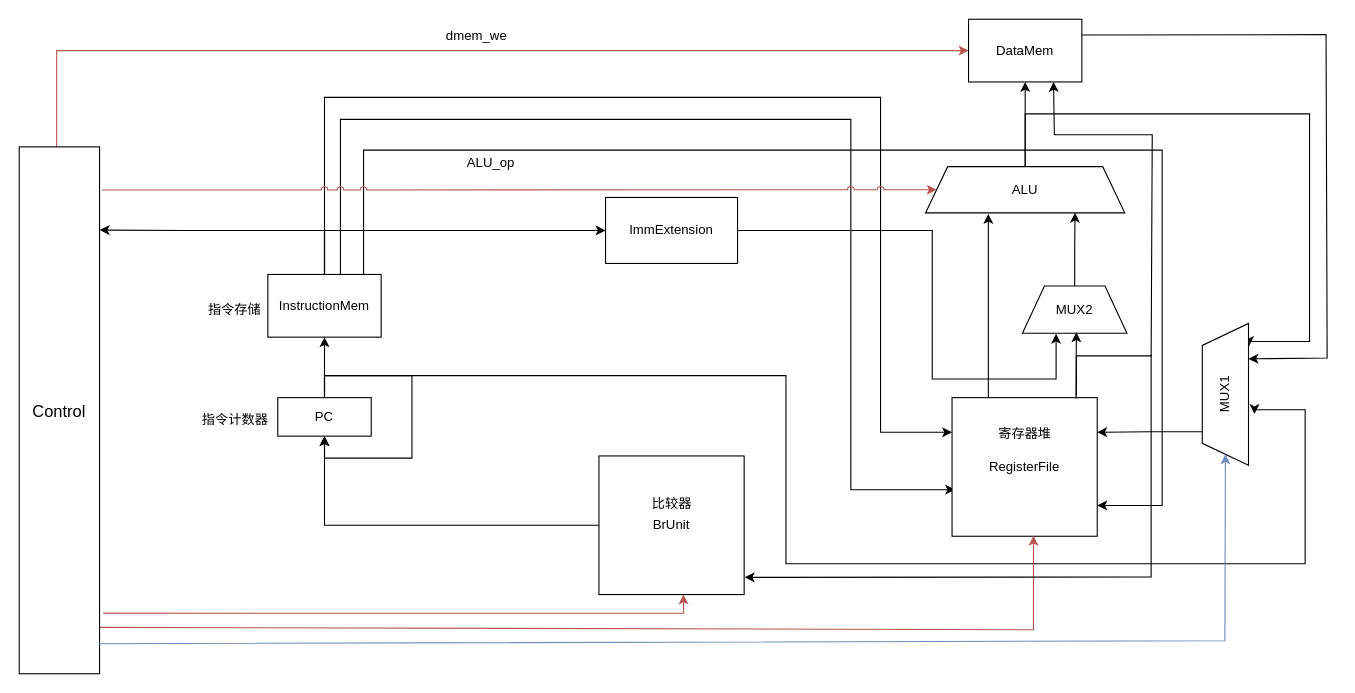
Above: CPU.drawio in ZYNsama666/BackUp (draw.io), before the change. Source tidied: cells renumbered, new cells numbered last; positions are measured from the earlier drawing's top-left corner, leaving out a move shared by most shapes. Both pictures are drawn from the tidied source at 110%, with x=0, y=0 at pixel (19, 19).
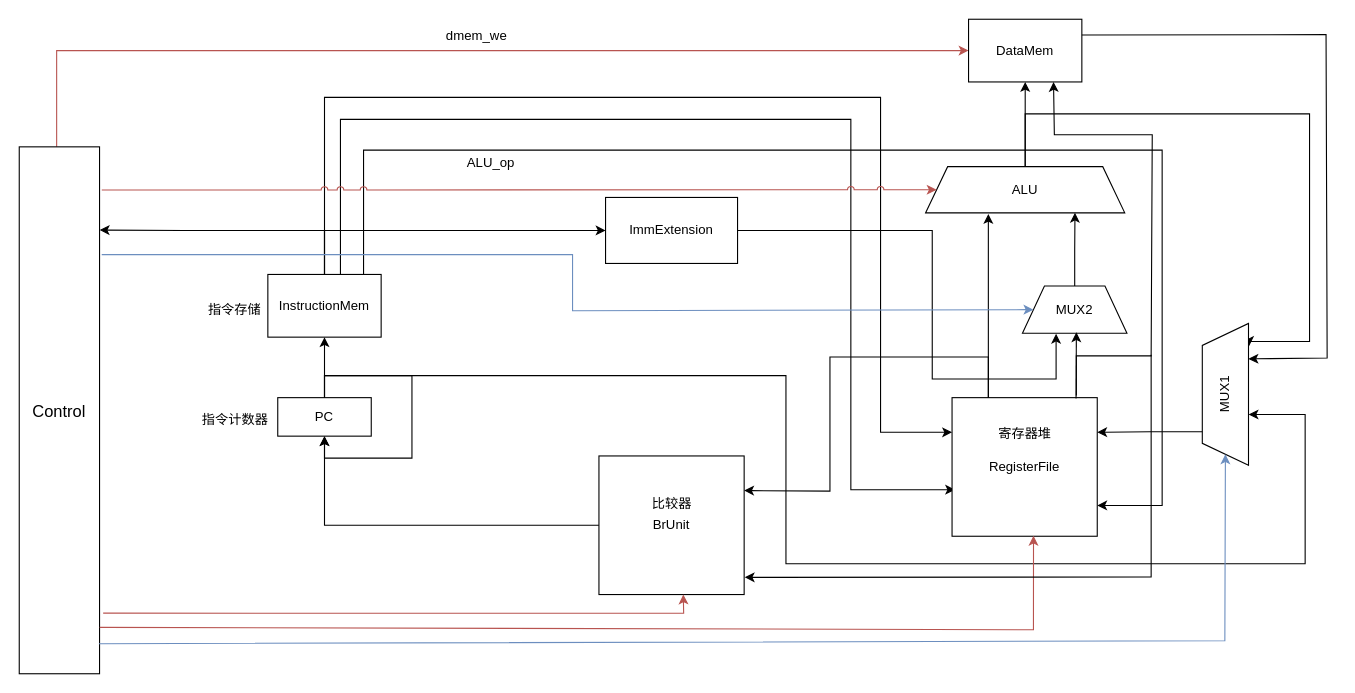
The same page after the edit.

Unchanged cells that the change refers to:
```xml
<mxCell id="6" value="PC" style="rounded=0;whiteSpace=wrap;html=1;" parent="1" vertex="1">
  <mxGeometry x="235" y="344" width="85" height="35" as="geometry" />
</mxCell>
<mxCell id="14" value="BrUnit" style="rounded=0;whiteSpace=wrap;html=1;" parent="1" vertex="1">
  <mxGeometry x="527" y="397" width="132" height="126" as="geometry" />
</mxCell>
<mxCell id="16" value="RegisterFile" style="rounded=0;whiteSpace=wrap;html=1;" parent="1" vertex="1">
  <mxGeometry x="848" y="344" width="132" height="126" as="geometry" />
</mxCell>
<mxCell id="29" value="MUX1" style="shape=trapezoid;perimeter=trapezoidPerimeter;whiteSpace=wrap;html=1;fixedSize=1;rotation=-90;" parent="1" vertex="1">
  <mxGeometry x="1032" y="320" width="129" height="42" as="geometry" />
</mxCell>
<mxCell id="38" value="MUX2" style="shape=trapezoid;perimeter=trapezoidPerimeter;whiteSpace=wrap;html=1;fixedSize=1;rotation=0;" parent="1" vertex="1">
  <mxGeometry x="912" y="242.5" width="95" height="43" as="geometry" />
</mxCell>
```

Diff of the diagram source:
```diff
@@
-    <mxCell id="5" style="edgeStyle=orthogonalEdgeStyle;rounded=0;jettySize=auto;html=1;entryX=0.362;entryY=1.128;entryDx=0;entryDy=0;entryPerimeter=0;" parent="1" edge="1" source="6" target="29">
+    <mxCell id="5" style="edgeStyle=orthogonalEdgeStyle;rounded=0;jettySize=auto;html=1;entryX=0.358;entryY=1.002;entryDx=0;entryDy=0;entryPerimeter=0;" parent="1" edge="1" source="6" target="29">
       <mxGeometry relative="1" as="geometry">
         <Array as="points">
           <mxPoint x="278" y="324" />
           <mxPoint x="697" y="324" />
           <mxPoint x="697" y="495" />
           <mxPoint x="1169" y="495" />
-          <mxPoint x="1169" y="355" />
+          <mxPoint x="1169" y="359" />
+          <mxPoint x="1118" y="359" />
         </Array>
       </mxGeometry>
     </mxCell>
@@
+    <mxCell id="42" style="endArrow=classic;html=1;rounded=0;entryX=1;entryY=0.25;entryDx=0;entryDy=0;exitX=0.25;exitY=0;exitDx=0;exitDy=0;" parent="1" edge="1" source="16" target="14">
+      <mxGeometry relative="1" as="geometry">
+        <Array as="points">
+          <mxPoint x="881" y="307" />
+          <mxPoint x="737" y="307" />
+          <mxPoint x="737" y="429" />
+        </Array>
+      </mxGeometry>
+    </mxCell>
+    <mxCell id="43" style="endArrow=classic;html=1;rounded=0;entryX=0;entryY=0.5;entryDx=0;entryDy=0;fillColor=#dae8fc;strokeColor=#6c8ebf;" parent="1" edge="1" target="38">
+      <mxGeometry relative="1" as="geometry">
+        <mxPoint x="75" y="214" as="sourcePoint" />
+        <Array as="points">
+          <mxPoint x="503" y="214" />
+          <mxPoint x="503" y="265" />
+        </Array>
+      </mxGeometry>
+    </mxCell>
```
